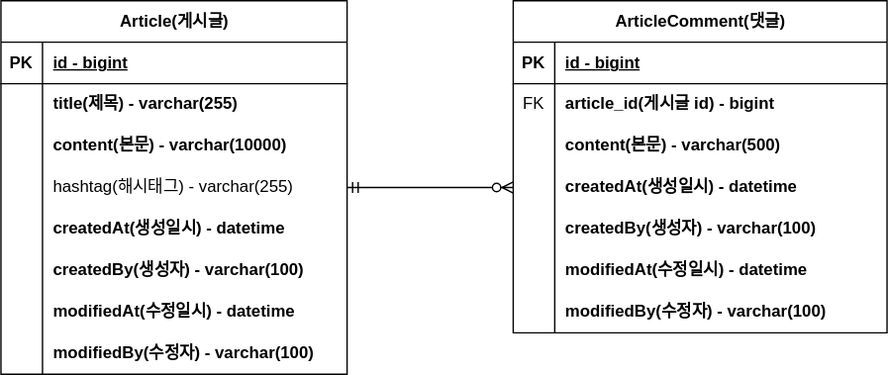
seongjin-an/project-board keeps this draw.io diagram as document/project-board-erd.svg. Above is the earlier version. Source tidied: cells renumbered, new cells last; positions are measured from the earlier drawing's top-left corner, leaving out a move shared by most shapes.
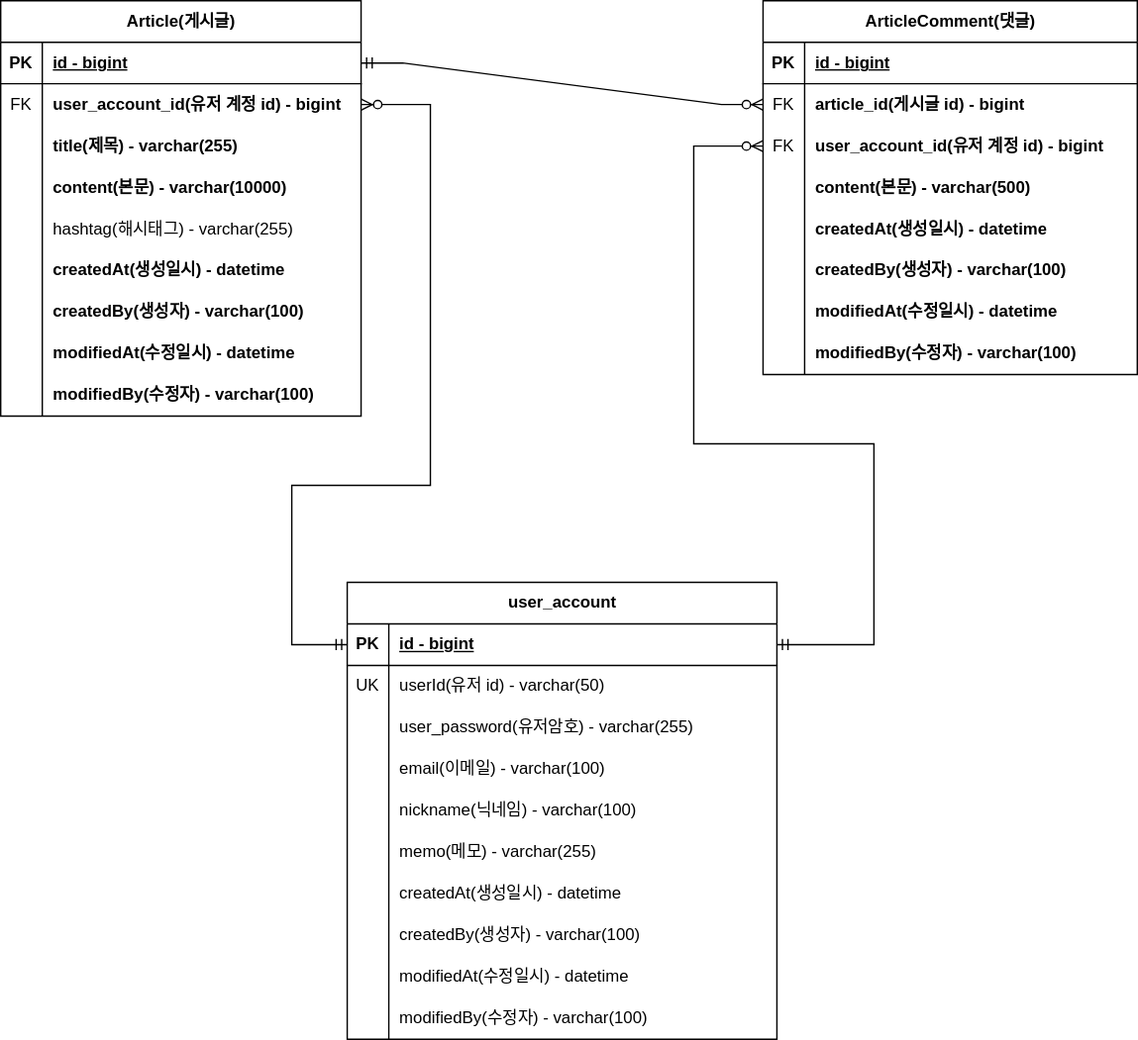
The same file after the commit.

What changed in the source:
```diff
@@ -5,6 +5,6 @@
     <mxCell id="2" value="Article(게시글)" style="shape=table;startSize=30;rowLines=0;fontStyle=1;align=center;html=1;" parent="1" vertex="1">
-      <mxGeometry width="250" height="270" as="geometry" />
+      <mxGeometry width="260" height="300" as="geometry" />
     </mxCell>
     <mxCell id="3" style="shape=tableRow;horizontal=0;startSize=0;swimlaneHead=0;swimlaneBody=0;fillColor=none;points=[[0,0.5],[1,0.5]];portConstraint=eastwest;top=0;left=0;right=0;bottom=1;" parent="2" vertex="1">
-      <mxGeometry y="30" width="250" height="30" as="geometry" />
+      <mxGeometry y="30" width="260" height="30" as="geometry" />
     </mxCell>
@@ -14,15 +14,24 @@
     <mxCell id="5" value="id - bigint" style="shape=partialRectangle;fillColor=none;top=0;left=0;bottom=0;right=0;align=left;spacingLeft=6;fontStyle=5;overflow=hidden;whiteSpace=wrap;html=1;" parent="3" vertex="1">
-      <mxGeometry x="30" width="220" height="30" as="geometry" />
+      <mxGeometry x="30" width="230" height="30" as="geometry" />
     </mxCell>
     <mxCell id="6" style="shape=tableRow;horizontal=0;startSize=0;swimlaneHead=0;swimlaneBody=0;fillColor=none;points=[[0,0.5],[1,0.5]];portConstraint=eastwest;top=0;left=0;right=0;bottom=0;" parent="2" vertex="1">
-      <mxGeometry y="60" width="250" height="30" as="geometry" />
+      <mxGeometry y="60" width="260" height="30" as="geometry" />
     </mxCell>
-    <mxCell id="7" style="shape=partialRectangle;fillColor=none;top=0;left=0;bottom=0;right=0;overflow=hidden;whiteSpace=wrap;html=1;" parent="6" vertex="1">
+    <mxCell id="7" value="FK" style="shape=partialRectangle;fillColor=none;top=0;left=0;bottom=0;right=0;overflow=hidden;whiteSpace=wrap;html=1;" parent="6" vertex="1">
       <mxGeometry width="30" height="30" as="geometry" />
     </mxCell>
-    <mxCell id="8" value="title(제목) - varchar(255)" style="shape=partialRectangle;fillColor=none;top=0;left=0;bottom=0;right=0;align=left;spacingLeft=6;overflow=hidden;whiteSpace=wrap;html=1;fontStyle=1;" parent="6" vertex="1">
-      <mxGeometry x="30" width="220" height="30" as="geometry" />
+    <mxCell id="8" value="user_account_id(유저 계정 id) - bigint" style="shape=partialRectangle;fillColor=none;top=0;left=0;bottom=0;right=0;align=left;spacingLeft=6;overflow=hidden;whiteSpace=wrap;html=1;fontStyle=1;" parent="6" vertex="1">
+      <mxGeometry x="30" width="230" height="30" as="geometry" />
     </mxCell>
+    <mxCell id="50" style="shape=tableRow;horizontal=0;startSize=0;swimlaneHead=0;swimlaneBody=0;fillColor=none;top=0;left=0;right=0;bottom=0;" parent="2" vertex="1">
+      <mxGeometry y="90" width="260" height="30" as="geometry" />
+    </mxCell>
+    <mxCell id="51" style="shape=partialRectangle;fillColor=none;top=0;left=0;bottom=0;right=0;overflow=hidden;whiteSpace=wrap;html=1;" parent="50" vertex="1">
+      <mxGeometry width="30" height="30" as="geometry" />
+    </mxCell>
+    <mxCell id="52" value="title(제목) - varchar(255)" style="shape=partialRectangle;fillColor=none;top=0;left=0;bottom=0;right=0;align=left;spacingLeft=6;overflow=hidden;whiteSpace=wrap;html=1;fontStyle=1;" parent="50" vertex="1">
+      <mxGeometry x="30" width="230" height="30" as="geometry" />
+    </mxCell>
     <mxCell id="9" style="shape=tableRow;horizontal=0;startSize=0;swimlaneHead=0;swimlaneBody=0;fillColor=none;top=0;left=0;right=0;bottom=0;" parent="2" vertex="1">
-      <mxGeometry y="90" width="250" height="30" as="geometry" />
+      <mxGeometry y="120" width="260" height="30" as="geometry" />
     </mxCell>
@@ -32,6 +41,6 @@
     <mxCell id="11" value="content(본문) - varchar(10000)" style="shape=partialRectangle;fillColor=none;top=0;left=0;bottom=0;right=0;align=left;spacingLeft=6;overflow=hidden;whiteSpace=wrap;html=1;fontStyle=1;" parent="9" vertex="1">
-      <mxGeometry x="30" width="220" height="30" as="geometry" />
+      <mxGeometry x="30" width="230" height="30" as="geometry" />
     </mxCell>
     <mxCell id="12" style="shape=tableRow;horizontal=0;startSize=0;swimlaneHead=0;swimlaneBody=0;fillColor=none;points=[[0,0.5],[1,0.5]];portConstraint=eastwest;top=0;left=0;right=0;bottom=0;" parent="2" vertex="1">
-      <mxGeometry y="120" width="250" height="30" as="geometry" />
+      <mxGeometry y="150" width="260" height="30" as="geometry" />
     </mxCell>
@@ -41,6 +50,6 @@
     <mxCell id="14" value="hashtag(해시태그) - varchar(255)" style="shape=partialRectangle;fillColor=none;top=0;left=0;bottom=0;right=0;align=left;spacingLeft=6;overflow=hidden;whiteSpace=wrap;html=1;" parent="12" vertex="1">
-      <mxGeometry x="30" width="220" height="30" as="geometry" />
+      <mxGeometry x="30" width="230" height="30" as="geometry" />
     </mxCell>
     <mxCell id="15" style="shape=tableRow;horizontal=0;startSize=0;swimlaneHead=0;swimlaneBody=0;fillColor=none;top=0;left=0;right=0;bottom=0;" parent="2" vertex="1">
-      <mxGeometry y="150" width="250" height="30" as="geometry" />
+      <mxGeometry y="180" width="260" height="30" as="geometry" />
     </mxCell>
@@ -50,6 +59,6 @@
     <mxCell id="17" value="createdAt(생성일시) - datetime" style="shape=partialRectangle;fillColor=none;top=0;left=0;bottom=0;right=0;align=left;spacingLeft=6;overflow=hidden;whiteSpace=wrap;html=1;fontStyle=1;" parent="15" vertex="1">
-      <mxGeometry x="30" width="220" height="30" as="geometry" />
+      <mxGeometry x="30" width="230" height="30" as="geometry" />
     </mxCell>
     <mxCell id="18" style="shape=tableRow;horizontal=0;startSize=0;swimlaneHead=0;swimlaneBody=0;fillColor=none;top=0;left=0;right=0;bottom=0;" parent="2" vertex="1">
-      <mxGeometry y="180" width="250" height="30" as="geometry" />
+      <mxGeometry y="210" width="260" height="30" as="geometry" />
     </mxCell>
@@ -59,6 +68,6 @@
     <mxCell id="20" value="createdBy(생성자) - varchar(100)" style="shape=partialRectangle;fillColor=none;top=0;left=0;bottom=0;right=0;align=left;spacingLeft=6;overflow=hidden;whiteSpace=wrap;html=1;fontStyle=1;" parent="18" vertex="1">
-      <mxGeometry x="30" width="220" height="30" as="geometry" />
+      <mxGeometry x="30" width="230" height="30" as="geometry" />
     </mxCell>
     <mxCell id="21" style="shape=tableRow;horizontal=0;startSize=0;swimlaneHead=0;swimlaneBody=0;fillColor=none;top=0;left=0;right=0;bottom=0;" parent="2" vertex="1">
-      <mxGeometry y="210" width="250" height="30" as="geometry" />
+      <mxGeometry y="240" width="260" height="30" as="geometry" />
     </mxCell>
@@ -68,6 +77,6 @@
     <mxCell id="23" value="modifiedAt(수정일시) - datetime" style="shape=partialRectangle;fillColor=none;top=0;left=0;bottom=0;right=0;align=left;spacingLeft=6;overflow=hidden;whiteSpace=wrap;html=1;fontStyle=1;" parent="21" vertex="1">
-      <mxGeometry x="30" width="220" height="30" as="geometry" />
+      <mxGeometry x="30" width="230" height="30" as="geometry" />
     </mxCell>
     <mxCell id="24" style="shape=tableRow;horizontal=0;startSize=0;swimlaneHead=0;swimlaneBody=0;fillColor=none;top=0;left=0;right=0;bottom=0;" parent="2" vertex="1">
-      <mxGeometry y="240" width="250" height="30" as="geometry" />
+      <mxGeometry y="270" width="260" height="30" as="geometry" />
     </mxCell>
@@ -77,6 +86,6 @@
     <mxCell id="26" value="modifiedBy(수정자) - varchar(100)" style="shape=partialRectangle;fillColor=none;top=0;left=0;bottom=0;right=0;align=left;spacingLeft=6;overflow=hidden;whiteSpace=wrap;html=1;fontStyle=1;" parent="24" vertex="1">
-      <mxGeometry x="30" width="220" height="30" as="geometry" />
+      <mxGeometry x="30" width="230" height="30" as="geometry" />
     </mxCell>
     <mxCell id="27" value="ArticleComment(댓글)" style="shape=table;startSize=30;rowLines=0;fontStyle=1;align=center;html=1;" parent="1" vertex="1">
-      <mxGeometry x="370" width="270" height="240" as="geometry" />
+      <mxGeometry x="550" width="270" height="270" as="geometry" />
     </mxCell>
@@ -100,4 +109,13 @@
     </mxCell>
+    <mxCell id="53" style="shape=tableRow;horizontal=0;startSize=0;swimlaneHead=0;swimlaneBody=0;fillColor=none;points=[[0,0.5],[1,0.5]];portConstraint=eastwest;top=0;left=0;right=0;bottom=0;" parent="27" vertex="1">
+      <mxGeometry y="90" width="270" height="30" as="geometry" />
+    </mxCell>
+    <mxCell id="54" value="FK" style="shape=partialRectangle;fillColor=none;top=0;left=0;bottom=0;right=0;overflow=hidden;whiteSpace=wrap;html=1;" parent="53" vertex="1">
+      <mxGeometry width="30" height="30" as="geometry" />
+    </mxCell>
+    <mxCell id="55" value="user_account_id(유저 계정 id) - bigint" style="shape=partialRectangle;fillColor=none;top=0;left=0;bottom=0;right=0;align=left;spacingLeft=6;overflow=hidden;whiteSpace=wrap;html=1;fontStyle=1;" parent="53" vertex="1">
+      <mxGeometry x="30" width="240" height="30" as="geometry" />
+    </mxCell>
     <mxCell id="34" style="shape=tableRow;horizontal=0;startSize=0;swimlaneHead=0;swimlaneBody=0;fillColor=none;top=0;left=0;right=0;bottom=0;" parent="27" vertex="1">
-      <mxGeometry y="90" width="270" height="30" as="geometry" />
+      <mxGeometry y="120" width="270" height="30" as="geometry" />
     </mxCell>
@@ -110,3 +128,3 @@
     <mxCell id="37" style="shape=tableRow;horizontal=0;startSize=0;swimlaneHead=0;swimlaneBody=0;fillColor=none;points=[[0,0.5],[1,0.5]];portConstraint=eastwest;top=0;left=0;right=0;bottom=0;" parent="27" vertex="1">
-      <mxGeometry y="120" width="270" height="30" as="geometry" />
+      <mxGeometry y="150" width="270" height="30" as="geometry" />
     </mxCell>
@@ -119,3 +137,3 @@
     <mxCell id="40" style="shape=tableRow;horizontal=0;startSize=0;swimlaneHead=0;swimlaneBody=0;fillColor=none;top=0;left=0;right=0;bottom=0;" parent="27" vertex="1">
-      <mxGeometry y="150" width="270" height="30" as="geometry" />
+      <mxGeometry y="180" width="270" height="30" as="geometry" />
     </mxCell>
@@ -128,3 +146,3 @@
     <mxCell id="43" style="shape=tableRow;horizontal=0;startSize=0;swimlaneHead=0;swimlaneBody=0;fillColor=none;top=0;left=0;right=0;bottom=0;" parent="27" vertex="1">
-      <mxGeometry y="180" width="270" height="30" as="geometry" />
+      <mxGeometry y="210" width="270" height="30" as="geometry" />
     </mxCell>
@@ -137,3 +155,3 @@
     <mxCell id="46" style="shape=tableRow;horizontal=0;startSize=0;swimlaneHead=0;swimlaneBody=0;fillColor=none;top=0;left=0;right=0;bottom=0;" parent="27" vertex="1">
-      <mxGeometry y="210" width="270" height="30" as="geometry" />
+      <mxGeometry y="240" width="270" height="30" as="geometry" />
     </mxCell>
@@ -145,5 +163,122 @@
     </mxCell>
-    <mxCell id="49" style="edgeStyle=entityRelationEdgeStyle;fontSize=12;html=1;endArrow=ERzeroToMany;startArrow=ERmandOne;rounded=0;exitX=1;exitY=0.5;exitDx=0;exitDy=0;entryX=0;entryY=0.5;entryDx=0;entryDy=0;" parent="1" edge="1" source="12" target="37">
-      <mxGeometry relative="1" as="geometry" />
+    <mxCell id="49" style="edgeStyle=entityRelationEdgeStyle;fontSize=12;html=1;endArrow=ERzeroToMany;startArrow=ERmandOne;rounded=0;exitX=1;exitY=0.5;exitDx=0;exitDy=0;entryX=0;entryY=0.5;entryDx=0;entryDy=0;" parent="1" edge="1" source="3" target="31">
+      <mxGeometry relative="1" as="geometry">
+        <Array as="points">
+          <mxPoint x="530" y="140" />
+        </Array>
+      </mxGeometry>
     </mxCell>
+    <mxCell id="56" value="user_account" style="shape=table;startSize=30;rowLines=0;fontStyle=1;align=center;html=1;" parent="1" vertex="1">
+      <mxGeometry x="250" y="420" width="310" height="330" as="geometry" />
+    </mxCell>
+    <mxCell id="57" style="shape=tableRow;horizontal=0;startSize=0;swimlaneHead=0;swimlaneBody=0;fillColor=none;points=[[0,0.5],[1,0.5]];portConstraint=eastwest;top=0;left=0;right=0;bottom=1;" parent="56" vertex="1">
+      <mxGeometry y="30" width="310" height="30" as="geometry" />
+    </mxCell>
+    <mxCell id="58" value="PK" style="shape=partialRectangle;fillColor=none;top=0;left=0;bottom=0;right=0;fontStyle=1;overflow=hidden;whiteSpace=wrap;html=1;" parent="57" vertex="1">
+      <mxGeometry width="30" height="30" as="geometry" />
+    </mxCell>
+    <mxCell id="59" value="id - bigint" style="shape=partialRectangle;fillColor=none;top=0;left=0;bottom=0;right=0;align=left;spacingLeft=6;fontStyle=5;overflow=hidden;whiteSpace=wrap;html=1;" parent="57" vertex="1">
+      <mxGeometry x="30" width="280" height="30" as="geometry" />
+    </mxCell>
+    <mxCell id="60" style="shape=tableRow;horizontal=0;startSize=0;swimlaneHead=0;swimlaneBody=0;fillColor=none;top=0;left=0;right=0;bottom=0;" parent="56" vertex="1">
+      <mxGeometry y="60" width="310" height="30" as="geometry" />
+    </mxCell>
+    <mxCell id="61" value="UK" style="shape=partialRectangle;fillColor=none;top=0;left=0;bottom=0;right=0;overflow=hidden;whiteSpace=wrap;html=1;" parent="60" vertex="1">
+      <mxGeometry width="30" height="30" as="geometry" />
+    </mxCell>
+    <mxCell id="62" value="userId(유저 id) - varchar(50)" style="shape=partialRectangle;fillColor=none;top=0;left=0;bottom=0;right=0;align=left;spacingLeft=6;overflow=hidden;whiteSpace=wrap;html=1;" parent="60" vertex="1">
+      <mxGeometry x="30" width="280" height="30" as="geometry" />
+    </mxCell>
+    <mxCell id="63" style="shape=tableRow;horizontal=0;startSize=0;swimlaneHead=0;swimlaneBody=0;fillColor=none;top=0;left=0;right=0;bottom=0;" parent="56" vertex="1">
+      <mxGeometry y="90" width="310" height="30" as="geometry" />
+    </mxCell>
+    <mxCell id="64" style="shape=partialRectangle;fillColor=none;top=0;left=0;bottom=0;right=0;overflow=hidden;whiteSpace=wrap;html=1;" parent="63" vertex="1">
+      <mxGeometry width="30" height="30" as="geometry" />
+    </mxCell>
+    <mxCell id="65" value="user_password(유저암호) - varchar(255)" style="shape=partialRectangle;fillColor=none;top=0;left=0;bottom=0;right=0;align=left;spacingLeft=6;overflow=hidden;whiteSpace=wrap;html=1;" parent="63" vertex="1">
+      <mxGeometry x="30" width="280" height="30" as="geometry" />
+    </mxCell>
+    <mxCell id="66" style="shape=tableRow;horizontal=0;startSize=0;swimlaneHead=0;swimlaneBody=0;fillColor=none;top=0;left=0;right=0;bottom=0;" parent="56" vertex="1">
+      <mxGeometry y="120" width="310" height="30" as="geometry" />
+    </mxCell>
+    <mxCell id="67" style="shape=partialRectangle;fillColor=none;top=0;left=0;bottom=0;right=0;overflow=hidden;whiteSpace=wrap;html=1;" parent="66" vertex="1">
+      <mxGeometry width="30" height="30" as="geometry" />
+    </mxCell>
+    <mxCell id="68" value="email(이메일) - varchar(100)" style="shape=partialRectangle;fillColor=none;top=0;left=0;bottom=0;right=0;align=left;spacingLeft=6;overflow=hidden;whiteSpace=wrap;html=1;" parent="66" vertex="1">
+      <mxGeometry x="30" width="280" height="30" as="geometry" />
+    </mxCell>
+    <mxCell id="69" style="shape=tableRow;horizontal=0;startSize=0;swimlaneHead=0;swimlaneBody=0;fillColor=none;top=0;left=0;right=0;bottom=0;" parent="56" vertex="1">
+      <mxGeometry y="150" width="310" height="30" as="geometry" />
+    </mxCell>
+    <mxCell id="70" style="shape=partialRectangle;fillColor=none;top=0;left=0;bottom=0;right=0;overflow=hidden;whiteSpace=wrap;html=1;" parent="69" vertex="1">
+      <mxGeometry width="30" height="30" as="geometry" />
+    </mxCell>
+    <mxCell id="71" value="nickname(닉네임) - varchar(100)" style="shape=partialRectangle;fillColor=none;top=0;left=0;bottom=0;right=0;align=left;spacingLeft=6;overflow=hidden;whiteSpace=wrap;html=1;" parent="69" vertex="1">
+      <mxGeometry x="30" width="280" height="30" as="geometry" />
+    </mxCell>
+    <mxCell id="72" style="shape=tableRow;horizontal=0;startSize=0;swimlaneHead=0;swimlaneBody=0;fillColor=none;top=0;left=0;right=0;bottom=0;" parent="56" vertex="1">
+      <mxGeometry y="180" width="310" height="30" as="geometry" />
+    </mxCell>
+    <mxCell id="73" style="shape=partialRectangle;fillColor=none;top=0;left=0;bottom=0;right=0;overflow=hidden;whiteSpace=wrap;html=1;" parent="72" vertex="1">
+      <mxGeometry width="30" height="30" as="geometry" />
+    </mxCell>
+    <mxCell id="74" value="memo(메모) - varchar(255)" style="shape=partialRectangle;fillColor=none;top=0;left=0;bottom=0;right=0;align=left;spacingLeft=6;overflow=hidden;whiteSpace=wrap;html=1;" parent="72" vertex="1">
+      <mxGeometry x="30" width="280" height="30" as="geometry" />
+    </mxCell>
+    <mxCell id="75" style="shape=tableRow;horizontal=0;startSize=0;swimlaneHead=0;swimlaneBody=0;fillColor=none;top=0;left=0;right=0;bottom=0;" parent="56" vertex="1">
+      <mxGeometry y="210" width="310" height="30" as="geometry" />
+    </mxCell>
+    <mxCell id="76" style="shape=partialRectangle;fillColor=none;top=0;left=0;bottom=0;right=0;overflow=hidden;whiteSpace=wrap;html=1;" parent="75" vertex="1">
+      <mxGeometry width="30" height="30" as="geometry" />
+    </mxCell>
+    <mxCell id="77" value="createdAt(생성일시) - datetime" style="shape=partialRectangle;fillColor=none;top=0;left=0;bottom=0;right=0;align=left;spacingLeft=6;overflow=hidden;whiteSpace=wrap;html=1;" parent="75" vertex="1">
+      <mxGeometry x="30" width="280" height="30" as="geometry" />
+    </mxCell>
+    <mxCell id="78" style="shape=tableRow;horizontal=0;startSize=0;swimlaneHead=0;swimlaneBody=0;fillColor=none;top=0;left=0;right=0;bottom=0;" parent="56" vertex="1">
+      <mxGeometry y="240" width="310" height="30" as="geometry" />
+    </mxCell>
+    <mxCell id="79" style="shape=partialRectangle;fillColor=none;top=0;left=0;bottom=0;right=0;overflow=hidden;whiteSpace=wrap;html=1;" parent="78" vertex="1">
+      <mxGeometry width="30" height="30" as="geometry" />
+    </mxCell>
+    <mxCell id="80" value="createdBy(생성자) - varchar(100)" style="shape=partialRectangle;fillColor=none;top=0;left=0;bottom=0;right=0;align=left;spacingLeft=6;overflow=hidden;whiteSpace=wrap;html=1;" parent="78" vertex="1">
+      <mxGeometry x="30" width="280" height="30" as="geometry" />
+    </mxCell>
+    <mxCell id="81" style="shape=tableRow;horizontal=0;startSize=0;swimlaneHead=0;swimlaneBody=0;fillColor=none;top=0;left=0;right=0;bottom=0;" parent="56" vertex="1">
+      <mxGeometry y="270" width="310" height="30" as="geometry" />
+    </mxCell>
+    <mxCell id="82" style="shape=partialRectangle;fillColor=none;top=0;left=0;bottom=0;right=0;overflow=hidden;whiteSpace=wrap;html=1;" parent="81" vertex="1">
+      <mxGeometry width="30" height="30" as="geometry" />
+    </mxCell>
+    <mxCell id="83" value="modifiedAt(수정일시) - datetime" style="shape=partialRectangle;fillColor=none;top=0;left=0;bottom=0;right=0;align=left;spacingLeft=6;overflow=hidden;whiteSpace=wrap;html=1;" parent="81" vertex="1">
+      <mxGeometry x="30" width="280" height="30" as="geometry" />
+    </mxCell>
+    <mxCell id="84" style="shape=tableRow;horizontal=0;startSize=0;swimlaneHead=0;swimlaneBody=0;fillColor=none;top=0;left=0;right=0;bottom=0;" parent="56" vertex="1">
+      <mxGeometry y="300" width="310" height="30" as="geometry" />
+    </mxCell>
+    <mxCell id="85" style="shape=partialRectangle;fillColor=none;top=0;left=0;bottom=0;right=0;overflow=hidden;whiteSpace=wrap;html=1;" parent="84" vertex="1">
+      <mxGeometry width="30" height="30" as="geometry" />
+    </mxCell>
+    <mxCell id="86" value="modifiedBy(수정자) - varchar(100)" style="shape=partialRectangle;fillColor=none;top=0;left=0;bottom=0;right=0;align=left;spacingLeft=6;overflow=hidden;whiteSpace=wrap;html=1;" parent="84" vertex="1">
+      <mxGeometry x="30" width="280" height="30" as="geometry" />
+    </mxCell>
+    <mxCell id="87" style="edgeStyle=orthogonalEdgeStyle;fontSize=12;html=1;endArrow=ERzeroToMany;startArrow=ERmandOne;jumpStyle=none;rounded=0;entryX=1;entryY=0.5;entryDx=0;entryDy=0;exitX=0;exitY=0.5;exitDx=0;exitDy=0;" parent="1" edge="1" source="57" target="6">
+      <mxGeometry relative="1" as="geometry">
+        <Array as="points">
+          <mxPoint x="210" y="465" />
+          <mxPoint x="210" y="350" />
+          <mxPoint x="310" y="350" />
+          <mxPoint x="310" y="75" />
+        </Array>
+      </mxGeometry>
+    </mxCell>
+    <mxCell id="88" style="edgeStyle=orthogonalEdgeStyle;fontSize=12;html=1;endArrow=ERzeroToMany;startArrow=ERmandOne;jumpStyle=none;rounded=0;entryX=0;entryY=0.5;entryDx=0;entryDy=0;exitX=1;exitY=0.5;exitDx=0;exitDy=0;" parent="1" edge="1" source="57" target="53">
+      <mxGeometry relative="1" as="geometry">
+        <Array as="points">
+          <mxPoint x="630" y="465" />
+          <mxPoint x="630" y="320" />
+          <mxPoint x="500" y="320" />
+          <mxPoint x="500" y="105" />
+        </Array>
+      </mxGeometry>
+    </mxCell>
   </root>
```
